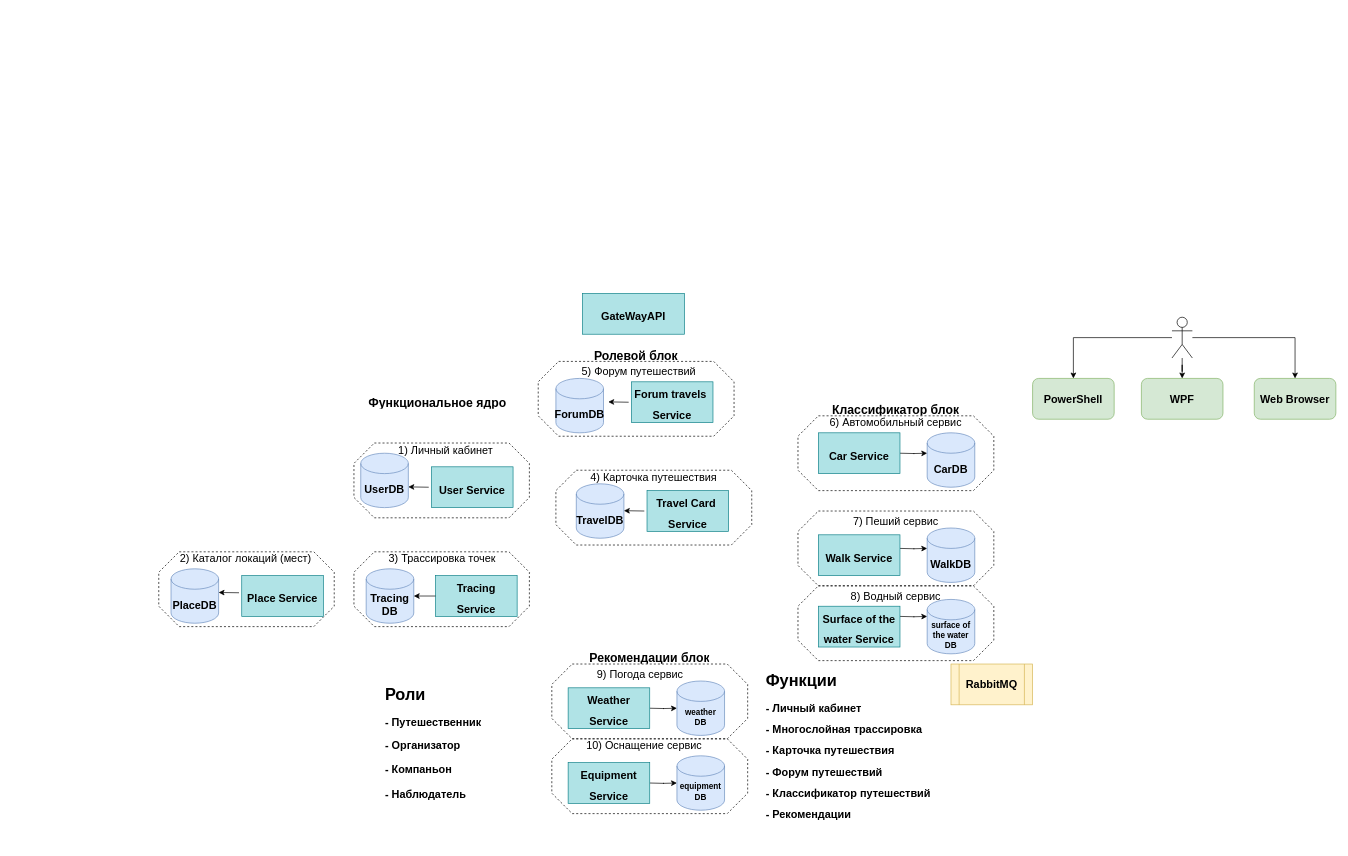
Earlier version of the draw.io diagram page "Общая архитектура" (6 of 7) of Team-Pragmatics-Otus.drawio (AATerekhov/Team-Pragmatics-Otus). Source tidied: cells renumbered, new cells numbered last; positions are measured from the earlier drawing's top-left corner, leaving out a move shared by most shapes. Both pictures are drawn from the tidied source at 68%, with x=0, y=0 at pixel (157, 293).
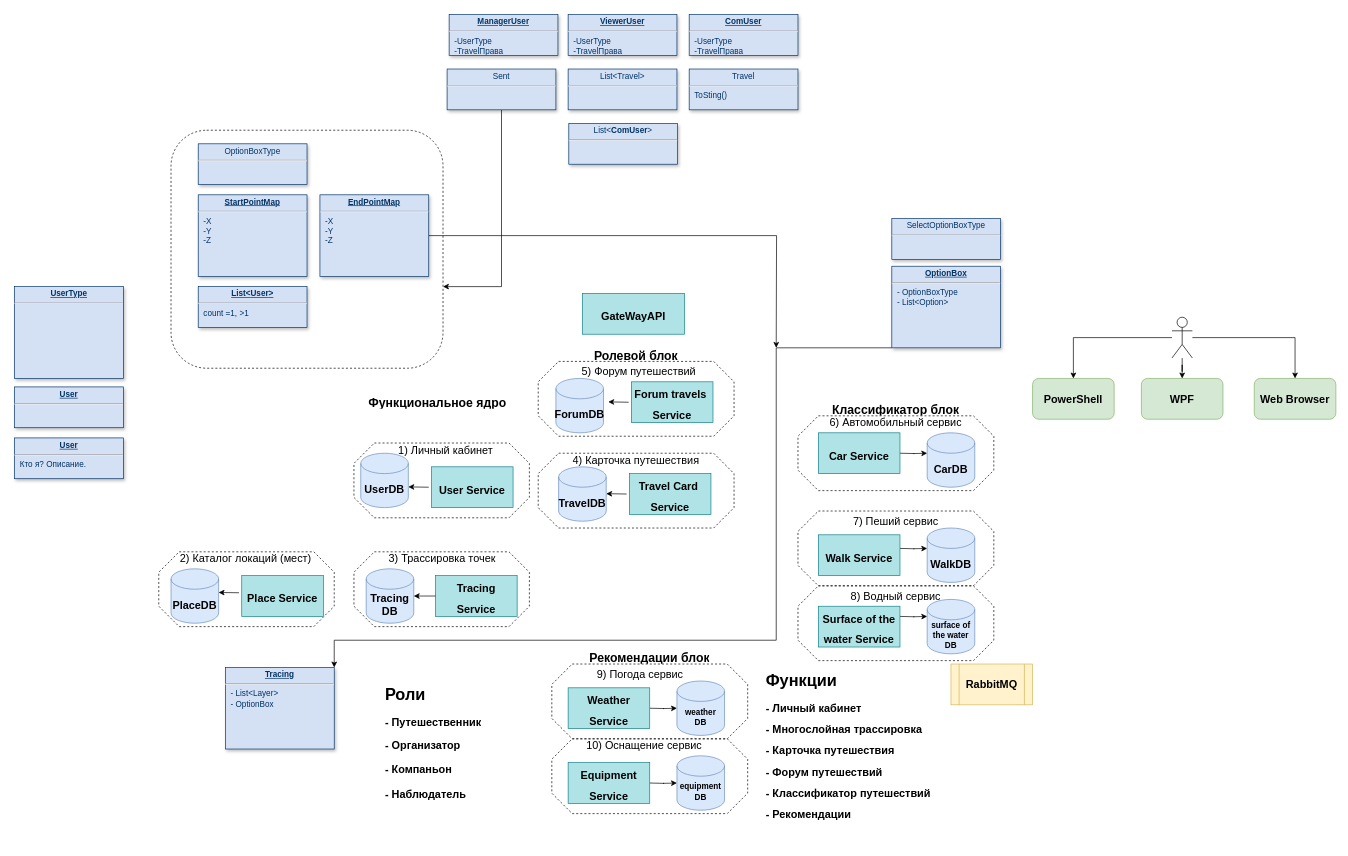
The same diagram, later.

What changed in the source:
```diff
@@
     <mxCell id="8" style="whiteSpace=wrap;html=1;shape=mxgraph.basic.octagon2;align=center;verticalAlign=middle;dx=15;fillColor=none;dashed=1;" parent="1" vertex="1">
-      <mxGeometry x="586" y="260" width="288" height="110" as="geometry" />
+      <mxGeometry x="560" y="235" width="288" height="110" as="geometry" />
     </mxCell>
@@
     <mxCell id="38" value="&lt;font style=&quot;font-size: 16px;&quot;&gt;Travel Card&amp;nbsp; Service&lt;/font&gt;" style="rounded=0;whiteSpace=wrap;html=1;fillColor=#b0e3e6;strokeColor=#0e8088;fontSize=25;fontStyle=1;" parent="1" vertex="1">
-      <mxGeometry x="720" y="290" width="120" height="60" as="geometry" />
+      <mxGeometry x="694" y="265" width="120" height="60" as="geometry" />
     </mxCell>
     <mxCell id="39" value="&lt;b&gt;&lt;font style=&quot;font-size: 16px;&quot;&gt;TravelDB&lt;/font&gt;&lt;/b&gt;" style="shape=cylinder3;whiteSpace=wrap;html=1;boundedLbl=1;backgroundOutline=1;size=15;fillColor=#dae8fc;strokeColor=#6c8ebf;" parent="1" vertex="1">
-      <mxGeometry x="616" y="280" width="70" height="80" as="geometry" />
+      <mxGeometry x="590" y="255" width="70" height="80" as="geometry" />
     </mxCell>
     <mxCell id="40" style="endArrow=classic;html=1;rounded=0;" parent="1" edge="1">
       <mxGeometry relative="1" as="geometry">
-        <mxPoint x="716" y="320" as="sourcePoint" />
-        <mxPoint x="686" y="319.5" as="targetPoint" />
+        <mxPoint x="690" y="295" as="sourcePoint" />
+        <mxPoint x="660" y="294.5" as="targetPoint" />
       </mxGeometry>
     </mxCell>
     <mxCell id="41" value="&lt;h1 style=&quot;font-size: 16px;&quot;&gt;&lt;span style=&quot;font-weight: 400;&quot;&gt;4) Карточка путешествия&lt;/span&gt;&lt;/h1&gt;" style="text;html=1;strokeColor=none;fillColor=none;spacing=5;spacingTop=-20;whiteSpace=wrap;overflow=hidden;rounded=0;align=center;fontStyle=0;" parent="1" vertex="1">
-      <mxGeometry x="600" y="260" width="260" height="30" as="geometry" />
+      <mxGeometry x="574" y="235" width="260" height="30" as="geometry" />
     </mxCell>
@@
+    <mxCell id="70" value="&lt;p style=&quot;margin: 4px 0px 0px; text-align: center;&quot;&gt;&lt;b&gt;&lt;u&gt;Tracing&lt;/u&gt;&lt;/b&gt;&lt;br&gt;&lt;/p&gt;&lt;hr&gt;&lt;p style=&quot;margin: 0px; margin-left: 8px;&quot;&gt;&lt;span style=&quot;background-color: initial;&quot;&gt;- List&amp;lt;Layer&amp;gt;&lt;/span&gt;&lt;br&gt;&lt;/p&gt;&lt;p style=&quot;margin: 0px; margin-left: 8px;&quot;&gt;- OptionBox&lt;span style=&quot;background-color: initial;&quot;&gt;&lt;br&gt;&lt;/span&gt;&lt;/p&gt;" style="verticalAlign=top;align=left;overflow=fill;fontSize=12;fontFamily=Helvetica;html=1;strokeColor=#003366;shadow=1;fillColor=#D4E1F5;fontColor=#003366;" parent="1" vertex="1">
+      <mxGeometry x="100" y="550" width="160" height="120" as="geometry" />
+    </mxCell>
+    <mxCell id="71" value="&lt;p style=&quot;margin: 0px; margin-top: 4px; text-align: center; text-decoration: underline;&quot;&gt;&lt;b&gt;User&lt;/b&gt;&lt;/p&gt;&lt;hr&gt;&lt;p style=&quot;margin: 0px; margin-left: 8px;&quot;&gt;&lt;br&gt;&lt;/p&gt;" style="verticalAlign=top;align=left;overflow=fill;fontSize=12;fontFamily=Helvetica;html=1;strokeColor=#003366;shadow=1;fillColor=#D4E1F5;fontColor=#003366;" parent="1" vertex="1">
+      <mxGeometry x="-210" y="137.5" width="160" height="60" as="geometry" />
+    </mxCell>
+    <mxCell id="72" style="edgeStyle=orthogonalEdgeStyle;rounded=0;jettySize=auto;html=1;exitX=0;exitY=1;exitDx=0;exitDy=0;entryX=1;entryY=0;entryDx=0;entryDy=0;" parent="1" edge="1" source="73" target="70">
+      <mxGeometry relative="1" as="geometry">
+        <Array as="points">
+          <mxPoint x="910" y="80" />
+          <mxPoint x="910" y="510" />
+          <mxPoint x="260" y="510" />
+        </Array>
+      </mxGeometry>
+    </mxCell>
+    <mxCell id="73" value="&lt;p style=&quot;margin: 4px 0px 0px; text-align: center;&quot;&gt;&lt;b&gt;&lt;u&gt;OptionBox&lt;/u&gt;&lt;/b&gt;&lt;br&gt;&lt;/p&gt;&lt;hr&gt;&lt;p style=&quot;margin: 0px; margin-left: 8px;&quot;&gt;&lt;span style=&quot;background-color: initial;&quot;&gt;- OptionBoxType&lt;/span&gt;&lt;br&gt;&lt;/p&gt;&lt;p style=&quot;margin: 0px; margin-left: 8px;&quot;&gt;- List&amp;lt;Option&amp;gt;&lt;span style=&quot;background-color: initial;&quot;&gt;&lt;br&gt;&lt;/span&gt;&lt;/p&gt;" style="verticalAlign=top;align=left;overflow=fill;fontSize=12;fontFamily=Helvetica;html=1;strokeColor=#003366;shadow=1;fillColor=#D4E1F5;fontColor=#003366;" parent="1" vertex="1">
+      <mxGeometry x="1080" y="-40" width="160" height="120" as="geometry" />
+    </mxCell>
+    <mxCell id="74" style="edgeStyle=orthogonalEdgeStyle;rounded=0;jettySize=auto;html=1;" parent="1" edge="1" source="75">
+      <mxGeometry relative="1" as="geometry">
+        <mxPoint x="910" y="80" as="targetPoint" />
+      </mxGeometry>
+    </mxCell>
+    <mxCell id="75" value="&lt;p style=&quot;margin: 0px; margin-top: 4px; text-align: center; text-decoration: underline;&quot;&gt;&lt;b&gt;EndPointMap&lt;/b&gt;&lt;/p&gt;&lt;hr&gt;&lt;p style=&quot;margin: 0px; margin-left: 8px;&quot;&gt;-X&lt;/p&gt;&lt;p style=&quot;margin: 0px; margin-left: 8px;&quot;&gt;-Y&lt;/p&gt;&lt;p style=&quot;margin: 0px; margin-left: 8px;&quot;&gt;-Z&lt;/p&gt;" style="verticalAlign=top;align=left;overflow=fill;fontSize=12;fontFamily=Helvetica;html=1;strokeColor=#003366;shadow=1;fillColor=#D4E1F5;fontColor=#003366;" parent="1" vertex="1">
+      <mxGeometry x="239" y="-145" width="160" height="120" as="geometry" />
+    </mxCell>
+    <mxCell id="76" value="&lt;p style=&quot;margin: 0px; margin-top: 4px; text-align: center; text-decoration: underline;&quot;&gt;&lt;b&gt;StartPointMap&lt;/b&gt;&lt;/p&gt;&lt;hr&gt;&lt;p style=&quot;margin: 0px; margin-left: 8px;&quot;&gt;-X&lt;/p&gt;&lt;p style=&quot;margin: 0px; margin-left: 8px;&quot;&gt;-Y&lt;/p&gt;&lt;p style=&quot;margin: 0px; margin-left: 8px;&quot;&gt;-Z&lt;/p&gt;" style="verticalAlign=top;align=left;overflow=fill;fontSize=12;fontFamily=Helvetica;html=1;strokeColor=#003366;shadow=1;fillColor=#D4E1F5;fontColor=#003366;" parent="1" vertex="1">
+      <mxGeometry x="60" y="-145" width="160" height="120" as="geometry" />
+    </mxCell>
+    <mxCell id="77" value="&lt;p style=&quot;margin: 4px 0px 0px; text-align: center;&quot;&gt;&lt;span style=&quot;text-align: left;&quot;&gt;SelectOptionBoxType&lt;/span&gt;&lt;br&gt;&lt;/p&gt;&lt;hr&gt;&lt;p style=&quot;margin: 0px; margin-left: 8px;&quot;&gt;&lt;br&gt;&lt;/p&gt;" style="verticalAlign=top;align=left;overflow=fill;fontSize=12;fontFamily=Helvetica;html=1;strokeColor=#003366;shadow=1;fillColor=#D4E1F5;fontColor=#003366;" parent="1" vertex="1">
+      <mxGeometry x="1080" y="-110" width="160" height="60" as="geometry" />
+    </mxCell>
+    <mxCell id="78" value="&lt;p style=&quot;margin: 4px 0px 0px; text-align: center;&quot;&gt;&lt;span style=&quot;text-align: left;&quot;&gt;OptionBoxType&lt;/span&gt;&lt;br&gt;&lt;/p&gt;&lt;hr&gt;&lt;p style=&quot;margin: 0px; margin-left: 8px;&quot;&gt;&lt;br&gt;&lt;/p&gt;" style="verticalAlign=top;align=left;overflow=fill;fontSize=12;fontFamily=Helvetica;html=1;strokeColor=#003366;shadow=1;fillColor=#D4E1F5;fontColor=#003366;" parent="1" vertex="1">
+      <mxGeometry x="60" y="-220" width="160" height="60" as="geometry" />
+    </mxCell>
+    <mxCell id="79" value="&lt;p style=&quot;margin: 0px; margin-top: 4px; text-align: center; text-decoration: underline;&quot;&gt;&lt;b&gt;List&amp;lt;&lt;/b&gt;&lt;b style=&quot;background-color: initial;&quot;&gt;User&lt;/b&gt;&lt;b style=&quot;background-color: initial;&quot;&gt;&amp;gt;&lt;/b&gt;&lt;/p&gt;&lt;hr&gt;&lt;p style=&quot;margin: 0px; margin-left: 8px;&quot;&gt;count =1, &amp;gt;1&lt;/p&gt;" style="verticalAlign=top;align=left;overflow=fill;fontSize=12;fontFamily=Helvetica;html=1;strokeColor=#003366;shadow=1;fillColor=#D4E1F5;fontColor=#003366;" parent="1" vertex="1">
+      <mxGeometry x="60" y="-10" width="160" height="60" as="geometry" />
+    </mxCell>
+    <mxCell id="80" value="&lt;p style=&quot;margin: 0px; margin-top: 4px; text-align: center; text-decoration: underline;&quot;&gt;&lt;b&gt;ManagerUser&lt;/b&gt;&lt;/p&gt;&lt;hr&gt;&lt;p style=&quot;margin: 0px; margin-left: 8px;&quot;&gt;-UserType&lt;/p&gt;&lt;p style=&quot;margin: 0px; margin-left: 8px;&quot;&gt;-&lt;span style=&quot;text-align: center; background-color: initial;&quot;&gt;TravelПрава&lt;/span&gt;&lt;/p&gt;" style="verticalAlign=top;align=left;overflow=fill;fontSize=12;fontFamily=Helvetica;html=1;strokeColor=#003366;shadow=1;fillColor=#D4E1F5;fontColor=#003366;" parent="1" vertex="1">
+      <mxGeometry x="429" y="-410" width="160" height="60" as="geometry" />
+    </mxCell>
+    <mxCell id="81" value="&lt;p style=&quot;margin: 0px; margin-top: 4px; text-align: center; text-decoration: underline;&quot;&gt;&lt;b&gt;UserType&lt;/b&gt;&lt;/p&gt;&lt;hr&gt;&lt;p style=&quot;margin: 0px; margin-left: 8px;&quot;&gt;&lt;br&gt;&lt;/p&gt;" style="verticalAlign=top;align=left;overflow=fill;fontSize=12;fontFamily=Helvetica;html=1;strokeColor=#003366;shadow=1;fillColor=#D4E1F5;fontColor=#003366;" parent="1" vertex="1">
+      <mxGeometry x="-210" y="-10" width="160" height="135" as="geometry" />
+    </mxCell>
+    <mxCell id="82" value="&lt;p style=&quot;margin: 0px; margin-top: 4px; text-align: center; text-decoration: underline;&quot;&gt;&lt;b&gt;ViewerUser&lt;/b&gt;&lt;/p&gt;&lt;hr&gt;&lt;p style=&quot;margin: 0px; margin-left: 8px;&quot;&gt;-UserType&lt;/p&gt;&lt;p style=&quot;margin: 0px; margin-left: 8px;&quot;&gt;-&lt;span style=&quot;text-align: center; background-color: initial;&quot;&gt;TravelПрава&lt;/span&gt;&lt;/p&gt;" style="verticalAlign=top;align=left;overflow=fill;fontSize=12;fontFamily=Helvetica;html=1;strokeColor=#003366;shadow=1;fillColor=#D4E1F5;fontColor=#003366;" parent="1" vertex="1">
+      <mxGeometry x="604" y="-410" width="160" height="60" as="geometry" />
+    </mxCell>
+    <mxCell id="83" value="&lt;p style=&quot;margin: 0px; margin-top: 4px; text-align: center; text-decoration: underline;&quot;&gt;&lt;b&gt;ComUser&lt;/b&gt;&lt;/p&gt;&lt;hr&gt;&lt;p style=&quot;margin: 0px; margin-left: 8px;&quot;&gt;-UserType&lt;/p&gt;&lt;p style=&quot;margin: 0px; margin-left: 8px;&quot;&gt;-&lt;span style=&quot;text-align: center; background-color: initial;&quot;&gt;TravelПрава&lt;/span&gt;&lt;/p&gt;" style="verticalAlign=top;align=left;overflow=fill;fontSize=12;fontFamily=Helvetica;html=1;strokeColor=#003366;shadow=1;fillColor=#D4E1F5;fontColor=#003366;" parent="1" vertex="1">
+      <mxGeometry x="782" y="-410" width="160" height="60" as="geometry" />
+    </mxCell>
+    <mxCell id="84" value="&lt;p style=&quot;text-align: center; margin: 4px 0px 0px;&quot;&gt;List&amp;lt;Travel&amp;gt;&lt;/p&gt;&lt;hr&gt;&lt;p style=&quot;margin: 0px; margin-left: 8px;&quot;&gt;&lt;br&gt;&lt;/p&gt;" style="verticalAlign=top;align=left;overflow=fill;fontSize=12;fontFamily=Helvetica;html=1;strokeColor=#003366;shadow=1;fillColor=#D4E1F5;fontColor=#003366;" parent="1" vertex="1">
+      <mxGeometry x="604" y="-330" width="160" height="60" as="geometry" />
+    </mxCell>
+    <mxCell id="85" value="&lt;p style=&quot;text-align: center; margin: 4px 0px 0px;&quot;&gt;Travel&lt;/p&gt;&lt;hr&gt;&lt;p style=&quot;margin: 0px; margin-left: 8px;&quot;&gt;ToSting()&lt;/p&gt;" style="verticalAlign=top;align=left;overflow=fill;fontSize=12;fontFamily=Helvetica;html=1;strokeColor=#003366;shadow=1;fillColor=#D4E1F5;fontColor=#003366;" parent="1" vertex="1">
+      <mxGeometry x="782" y="-330" width="160" height="60" as="geometry" />
+    </mxCell>
+    <mxCell id="86" value="&lt;p style=&quot;margin: 0px; margin-top: 4px; text-align: center; text-decoration: underline;&quot;&gt;&lt;b&gt;User&lt;/b&gt;&lt;/p&gt;&lt;hr&gt;&lt;p style=&quot;margin: 0px; margin-left: 8px;&quot;&gt;Кто я? Описание.&lt;/p&gt;" style="verticalAlign=top;align=left;overflow=fill;fontSize=12;fontFamily=Helvetica;html=1;strokeColor=#003366;shadow=1;fillColor=#D4E1F5;fontColor=#003366;" parent="1" vertex="1">
+      <mxGeometry x="-210" y="212.5" width="160" height="60" as="geometry" />
+    </mxCell>
+    <mxCell id="87" style="edgeStyle=orthogonalEdgeStyle;rounded=0;jettySize=auto;html=1;" parent="1" edge="1" source="88">
+      <mxGeometry relative="1" as="geometry">
+        <mxPoint x="420" y="-10" as="targetPoint" />
+        <Array as="points">
+          <mxPoint x="506" y="-10" />
+        </Array>
+      </mxGeometry>
+    </mxCell>
+    <mxCell id="88" value="&lt;p style=&quot;text-align: center; margin: 4px 0px 0px;&quot;&gt;Sent&lt;/p&gt;&lt;hr&gt;&lt;p style=&quot;margin: 0px; margin-left: 8px;&quot;&gt;&lt;br&gt;&lt;/p&gt;" style="verticalAlign=top;align=left;overflow=fill;fontSize=12;fontFamily=Helvetica;html=1;strokeColor=#003366;shadow=1;fillColor=#D4E1F5;fontColor=#003366;" parent="1" vertex="1">
+      <mxGeometry x="426" y="-330" width="160" height="60" as="geometry" />
+    </mxCell>
+    <mxCell id="89" value="&lt;p style=&quot;text-align: center; margin: 4px 0px 0px;&quot;&gt;List&amp;lt;&lt;b&gt;ComUser&lt;/b&gt;&amp;gt;&lt;/p&gt;&lt;hr&gt;&lt;p style=&quot;margin: 0px; margin-left: 8px;&quot;&gt;&lt;br&gt;&lt;/p&gt;" style="verticalAlign=top;align=left;overflow=fill;fontSize=12;fontFamily=Helvetica;html=1;strokeColor=#003366;shadow=1;fillColor=#D4E1F5;fontColor=#003366;" parent="1" vertex="1">
+      <mxGeometry x="605" y="-250" width="160" height="60" as="geometry" />
+    </mxCell>
+    <mxCell id="90" style="rounded=1;whiteSpace=wrap;html=1;fillColor=none;dashed=1;" parent="1" vertex="1">
+      <mxGeometry x="20" y="-240" width="400" height="350" as="geometry" />
+    </mxCell>
```
